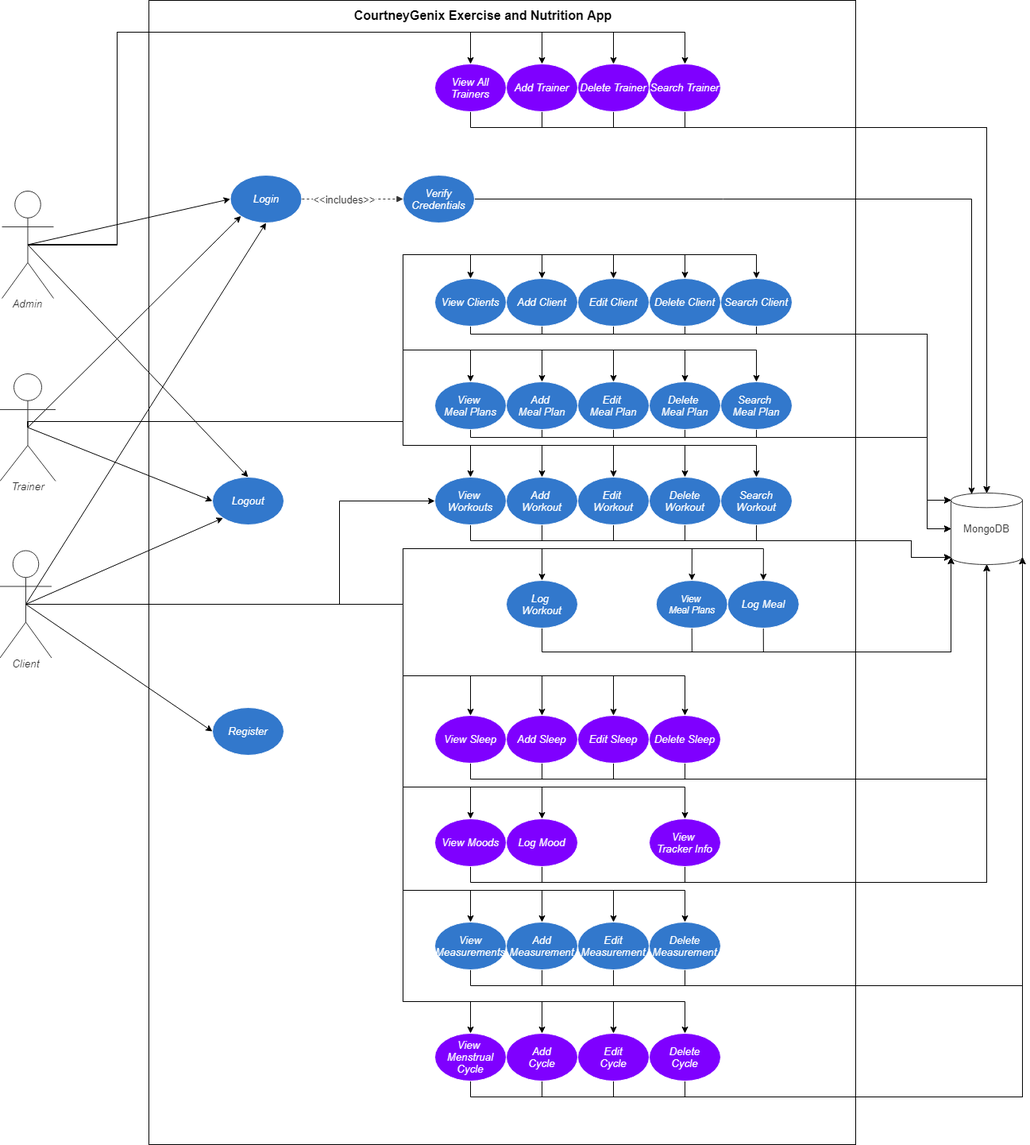
The draw.io diagram CG-UseCase.png in glerichartwell/COP4331-Large-Project, before a commit. Source tidied: cells renumbered, new cells last; positions are measured from the earlier drawing's top-left corner, leaving out a move shared by most shapes.
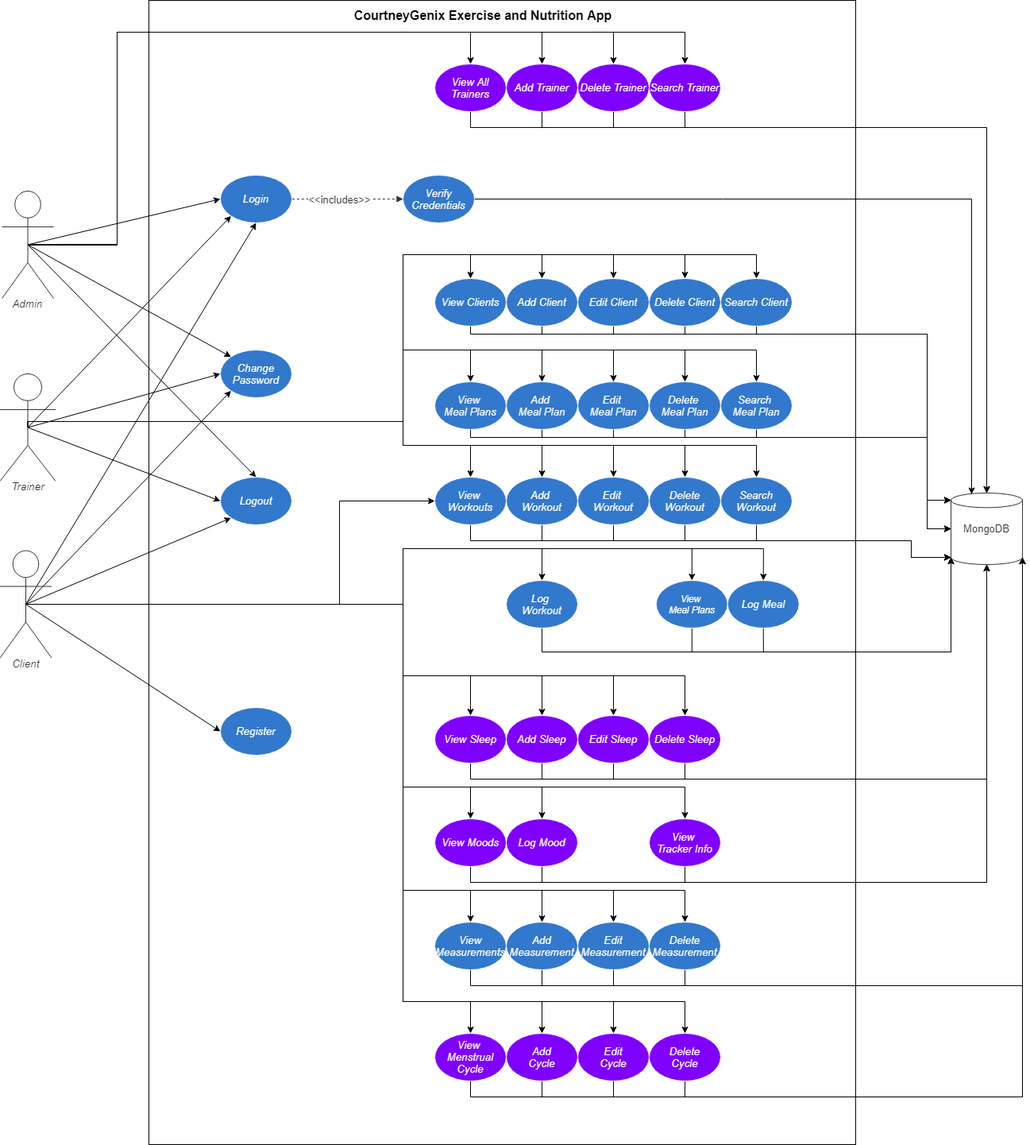
After the commit.

What changed in the source:
```diff
@@ -47,6 +47,9 @@
     <mxCell id="8" style="edgeStyle=none;rounded=0;jettySize=auto;html=1;exitX=0.5;exitY=0.5;exitDx=0;exitDy=0;exitPerimeter=0;entryX=0;entryY=0.5;entryDx=0;entryDy=0;fontFamily=Helvetica;fontSize=16;" parent="1" edge="1" source="9" target="31">
       <mxGeometry relative="1" as="geometry" />
     </mxCell>
+    <mxCell id="134" style="edgeStyle=none;rounded=0;jettySize=auto;html=1;exitX=0.5;exitY=0.5;exitDx=0;exitDy=0;exitPerimeter=0;entryX=0;entryY=0;entryDx=0;entryDy=0;fontFamily=Helvetica;fontSize=16;" parent="1" edge="1" source="9" target="137">
+      <mxGeometry relative="1" as="geometry" />
+    </mxCell>
     <mxCell id="9" value="Admin" style="html=1;overflow=block;blockSpacing=1;whiteSpace=wrap;shape=umlActor;labelPosition=center;verticalLabelPosition=bottom;verticalAlign=top;whiteSpace=nowrap;whiteSpace=wrap;fontSize=13.3;fontColor=#333333;fontStyle=2;spacing=0;strokeColor=#333333;strokeOpacity=100;rounded=1;absoluteArcSize=1;arcSize=7.5;fillColor=#ffffff;strokeWidth=0.8;" parent="1" vertex="1">
       <mxGeometry x="3" y="240" width="65" height="135" as="geometry" />
     </mxCell>
@@ -233,11 +236,14 @@
     <mxCell id="29" style="edgeStyle=none;rounded=0;jettySize=auto;html=1;exitX=0.5;exitY=0.5;exitDx=0;exitDy=0;exitPerimeter=0;entryX=0;entryY=1;entryDx=0;entryDy=0;fontFamily=Helvetica;fontSize=16;" parent="1" edge="1" source="30" target="31">
       <mxGeometry relative="1" as="geometry" />
     </mxCell>
+    <mxCell id="135" style="edgeStyle=none;rounded=0;jettySize=auto;html=1;exitX=0.5;exitY=0.5;exitDx=0;exitDy=0;exitPerimeter=0;entryX=0;entryY=0.5;entryDx=0;entryDy=0;fontFamily=Helvetica;fontSize=16;" parent="1" edge="1" source="30" target="137">
+      <mxGeometry relative="1" as="geometry" />
+    </mxCell>
     <mxCell id="30" value="Trainer" style="html=1;overflow=block;blockSpacing=1;whiteSpace=wrap;shape=umlActor;labelPosition=center;verticalLabelPosition=bottom;verticalAlign=top;whiteSpace=nowrap;whiteSpace=wrap;fontSize=13.3;fontColor=#333333;fontStyle=2;spacing=0;strokeColor=#333333;strokeOpacity=100;rounded=1;absoluteArcSize=1;arcSize=7.5;fillColor=#ffffff;strokeWidth=0.8;" parent="1" vertex="1">
       <mxGeometry x="0.5" y="470" width="70" height="135" as="geometry" />
     </mxCell>
     <mxCell id="31" value="Login" style="html=1;overflow=block;blockSpacing=1;whiteSpace=wrap;ellipse;whiteSpace=wrap;fontSize=13.3;fontColor=#ffffff;fontStyle=2;align=center;spacing=0;verticalAlign=middle;strokeColor=#ffffff;strokeOpacity=100;fillOpacity=100;rounded=1;absoluteArcSize=1;arcSize=7.5;fillColor=#3278cc;strokeWidth=0.8;" parent="1" vertex="1">
-      <mxGeometry x="290.5" y="220" width="90" height="60" as="geometry" />
+      <mxGeometry x="278" y="220" width="90" height="60" as="geometry" />
     </mxCell>
     <mxCell id="32" style="edgeStyle=orthogonalEdgeStyle;rounded=0;jettySize=auto;html=1;exitX=0.5;exitY=0.5;exitDx=0;exitDy=0;exitPerimeter=0;fontFamily=Helvetica;fontSize=16;" parent="1" edge="1" source="47" target="101">
       <mxGeometry relative="1" as="geometry">
@@ -355,6 +361,9 @@
     <mxCell id="46" style="edgeStyle=none;rounded=0;jettySize=auto;html=1;exitX=0.5;exitY=0.5;exitDx=0;exitDy=0;exitPerimeter=0;entryX=0;entryY=0.5;entryDx=0;entryDy=0;fontFamily=Helvetica;fontSize=16;" parent="1" edge="1" source="47" target="133">
       <mxGeometry relative="1" as="geometry" />
     </mxCell>
+    <mxCell id="136" style="edgeStyle=none;rounded=0;jettySize=auto;html=1;exitX=0.5;exitY=0.5;exitDx=0;exitDy=0;exitPerimeter=0;entryX=0;entryY=1;entryDx=0;entryDy=0;fontFamily=Helvetica;fontSize=16;" parent="1" edge="1" source="47" target="137">
+      <mxGeometry relative="1" as="geometry" />
+    </mxCell>
     <mxCell id="47" value="Client" style="html=1;overflow=block;blockSpacing=1;whiteSpace=wrap;shape=umlActor;labelPosition=center;verticalLabelPosition=bottom;verticalAlign=top;whiteSpace=nowrap;whiteSpace=wrap;fontSize=13.3;fontColor=#333333;fontStyle=2;spacing=0;strokeColor=#333333;strokeOpacity=100;rounded=1;absoluteArcSize=1;arcSize=7.5;fillColor=#ffffff;strokeWidth=0.8;" parent="1" vertex="1">
       <mxGeometry x="0.5" y="692.5" width="65" height="135" as="geometry" />
     </mxCell>
@@ -798,10 +807,13 @@
       </mxGeometry>
     </mxCell>
     <mxCell id="132" value="Logout" style="html=1;overflow=block;blockSpacing=1;whiteSpace=wrap;ellipse;whiteSpace=wrap;fontSize=13.3;fontColor=#ffffff;fontStyle=2;align=center;spacing=0;verticalAlign=middle;strokeColor=#ffffff;strokeOpacity=100;fillOpacity=100;rounded=1;absoluteArcSize=1;arcSize=7.5;fillColor=#3278cc;strokeWidth=0.8;" parent="1" vertex="1">
-      <mxGeometry x="268" y="600" width="90" height="60" as="geometry" />
+      <mxGeometry x="278" y="600" width="90" height="60" as="geometry" />
     </mxCell>
     <mxCell id="133" value="Register" style="html=1;overflow=block;blockSpacing=1;whiteSpace=wrap;ellipse;whiteSpace=wrap;fontSize=13.3;fontColor=#ffffff;fontStyle=2;align=center;spacing=0;verticalAlign=middle;strokeColor=#ffffff;strokeOpacity=100;fillOpacity=100;rounded=1;absoluteArcSize=1;arcSize=7.5;fillColor=#3278cc;strokeWidth=0.8;" parent="1" vertex="1">
-      <mxGeometry x="268" y="890" width="90" height="60" as="geometry" />
+      <mxGeometry x="278" y="890" width="90" height="60" as="geometry" />
     </mxCell>
+    <mxCell id="137" value="Change Password" style="html=1;overflow=block;blockSpacing=1;whiteSpace=wrap;ellipse;whiteSpace=wrap;fontSize=13.3;fontColor=#ffffff;fontStyle=2;align=center;spacing=0;verticalAlign=middle;strokeColor=#ffffff;strokeOpacity=100;fillOpacity=100;rounded=1;absoluteArcSize=1;arcSize=7.5;fillColor=#3278cc;strokeWidth=0.8;" parent="1" vertex="1">
+      <mxGeometry x="278" y="440" width="90" height="60" as="geometry" />
+    </mxCell>
   </root>
 </mxGraphModel>
```
